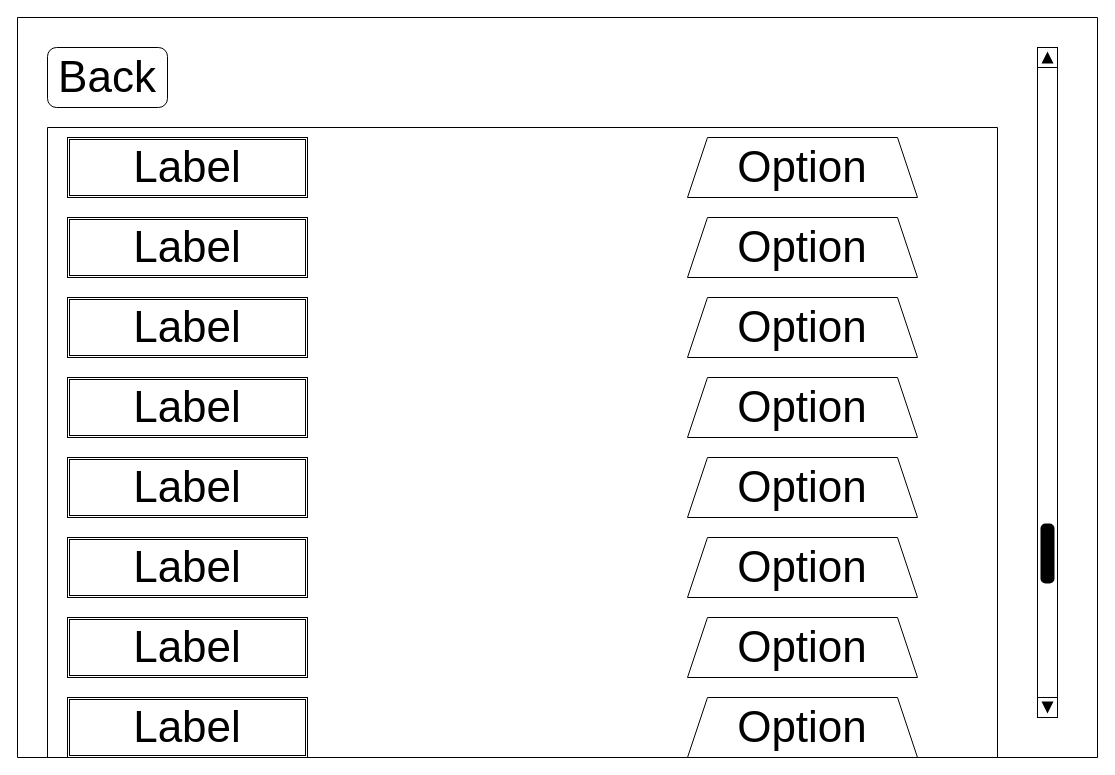
Earlier version of the draw.io diagram page "Accessibility Settings" (5 of 11) of Design/Project.drawio (PawekPL/Atlas-of-Dreams). Source tidied: cells renumbered, new cells numbered last; positions are measured from the earlier drawing's top-left corner, leaving out a move shared by most shapes. Both pictures are drawn from the tidied source at 100%, with x=0, y=0 at pixel (17, 17).
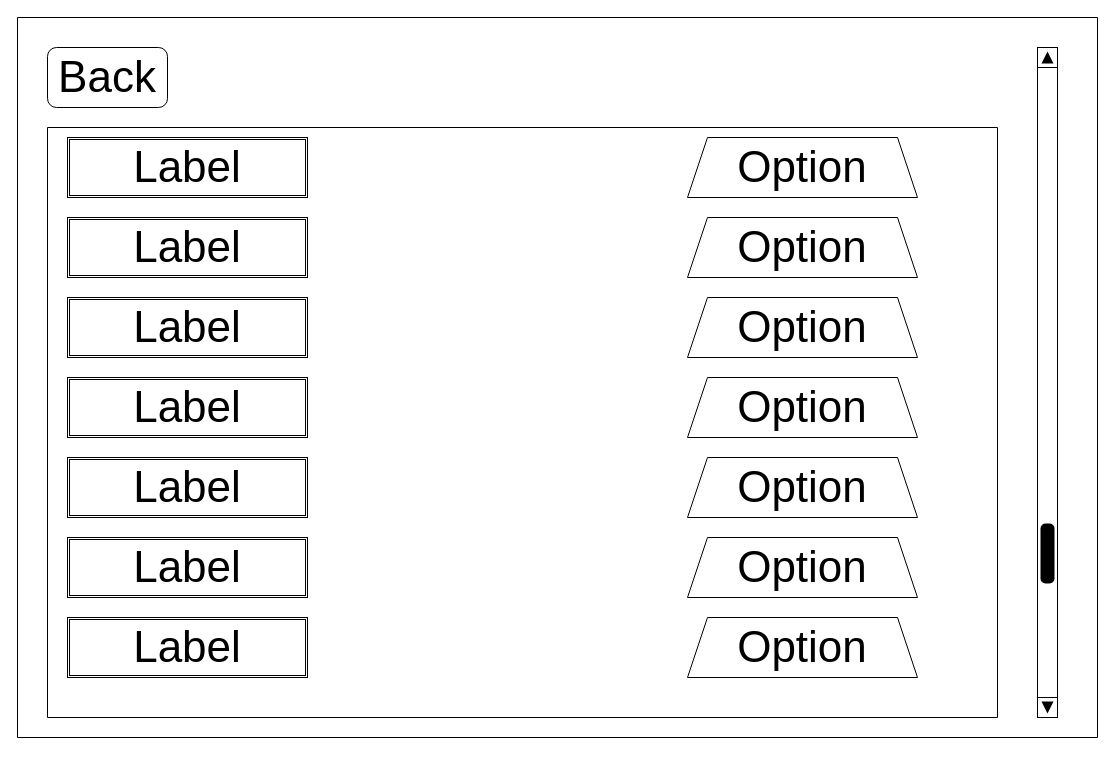
The same diagram, later.

Diff of the diagram source:
```diff
@@
     <mxCell id="2" style="swimlane;startSize=0;fontSize=44;" parent="1" vertex="1">
-      <mxGeometry width="1080" height="740" as="geometry" />
+      <mxGeometry width="1080" height="720" as="geometry" />
     </mxCell>
@@
     <mxCell id="5" style="swimlane;startSize=0;fontSize=61;" parent="2" vertex="1">
-      <mxGeometry x="30" y="110" width="950" height="630" as="geometry" />
+      <mxGeometry x="30" y="110" width="950" height="590" as="geometry" />
     </mxCell>
@@
-    <mxCell id="20" value="Option" style="shape=trapezoid;perimeter=trapezoidPerimeter;whiteSpace=wrap;html=1;fixedSize=1;fontSize=44;" parent="2" vertex="1">
-      <mxGeometry x="670" y="680" width="230" height="60" as="geometry" />
-    </mxCell>
-    <mxCell id="21" value="Label" style="shape=ext;double=1;rounded=0;whiteSpace=wrap;html=1;fontSize=44;" parent="2" vertex="1">
-      <mxGeometry x="50" y="680" width="240" height="60" as="geometry" />
-    </mxCell>
```
